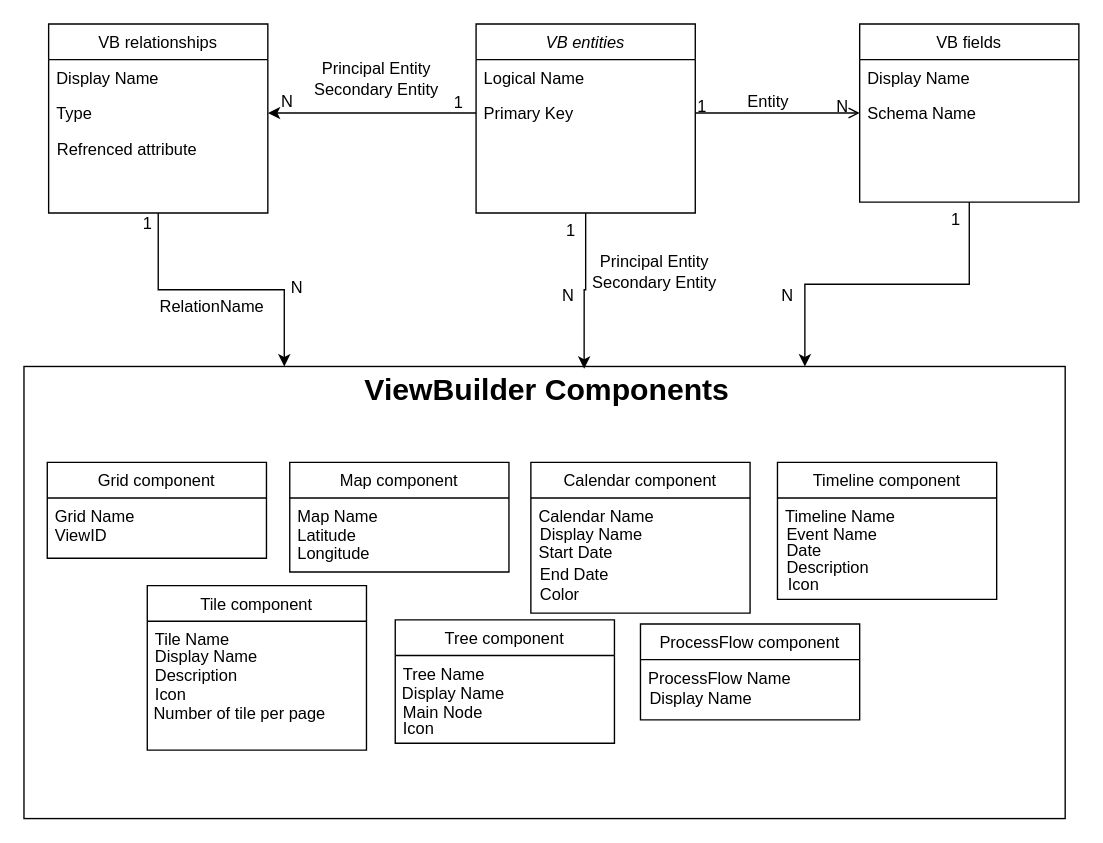
Chadibz/Chadibz keeps this draw.io diagram as Diagramme sans nom.drawio. Above is the earlier version. Source tidied: cells renumbered, new cells numbered last; positions are measured from the earlier drawing's top-left corner, leaving out a move shared by most shapes. Both pictures are drawn from the tidied source at 137%, with x=0, y=0 at pixel (23, 23).
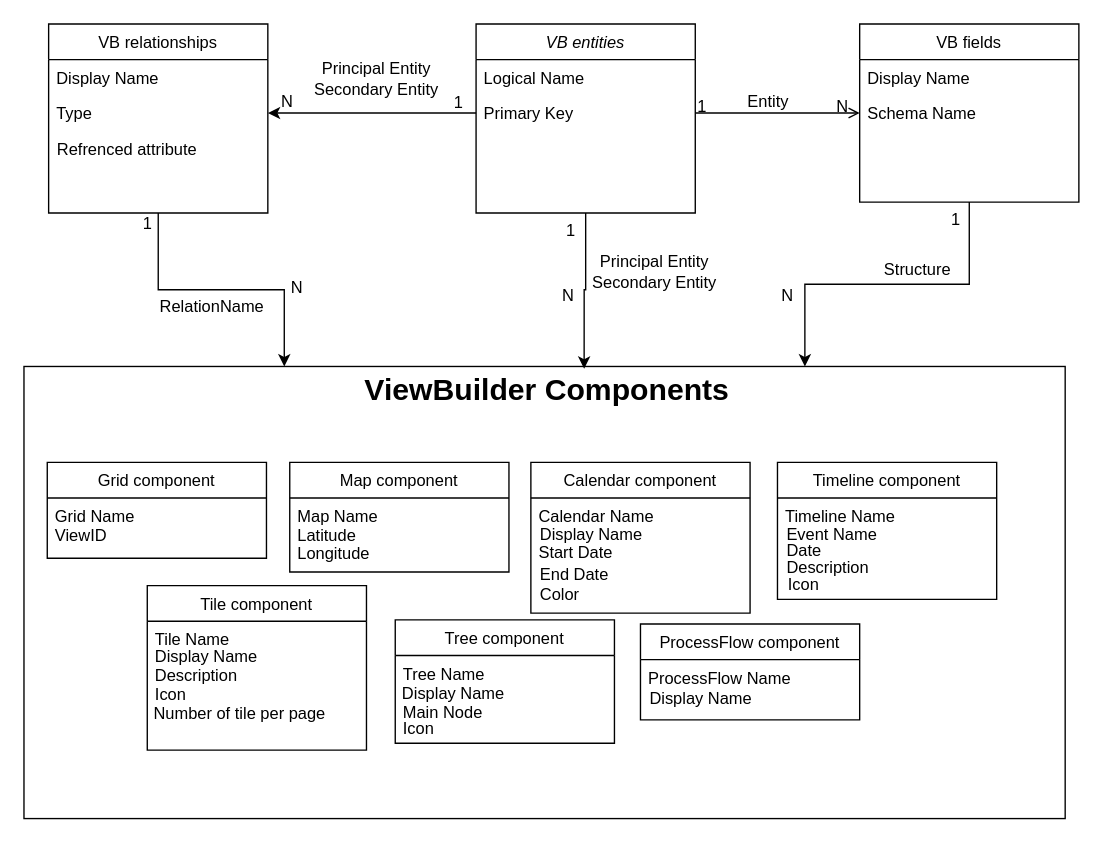
The same diagram, later.

Commit message:
Mettre à jour Diagramme sans nom.drawio

Change to the diagram source:
```diff
@@
+    <mxCell id="66" value="Structure" style="text;html=1;align=center;verticalAlign=middle;strokeColor=none;fillColor=none;" parent="1" vertex="1">
+      <mxGeometry x="617" y="165" width="70" height="30" as="geometry" />
+    </mxCell>
```
